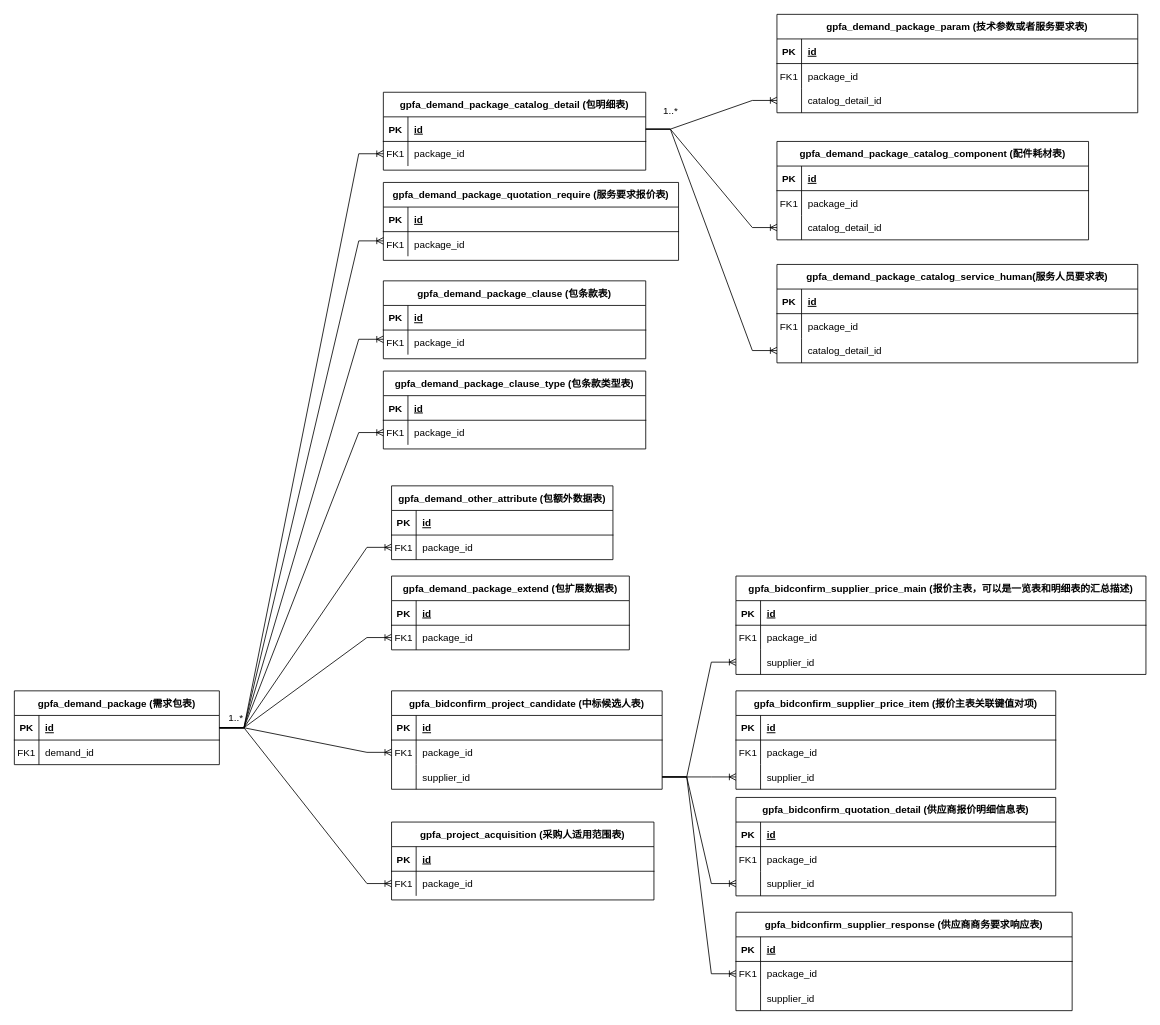
dernight1/draw.io keeps this draw.io diagram as demand_data_hierarchy_copy.drawio. Above is the earlier version. Source tidied: cells renumbered, new cells numbered last; positions are measured from the earlier drawing's top-left corner, leaving out a move shared by most shapes. Both pictures are drawn from the tidied source at 82%, with x=0, y=0 at pixel (14, 14).
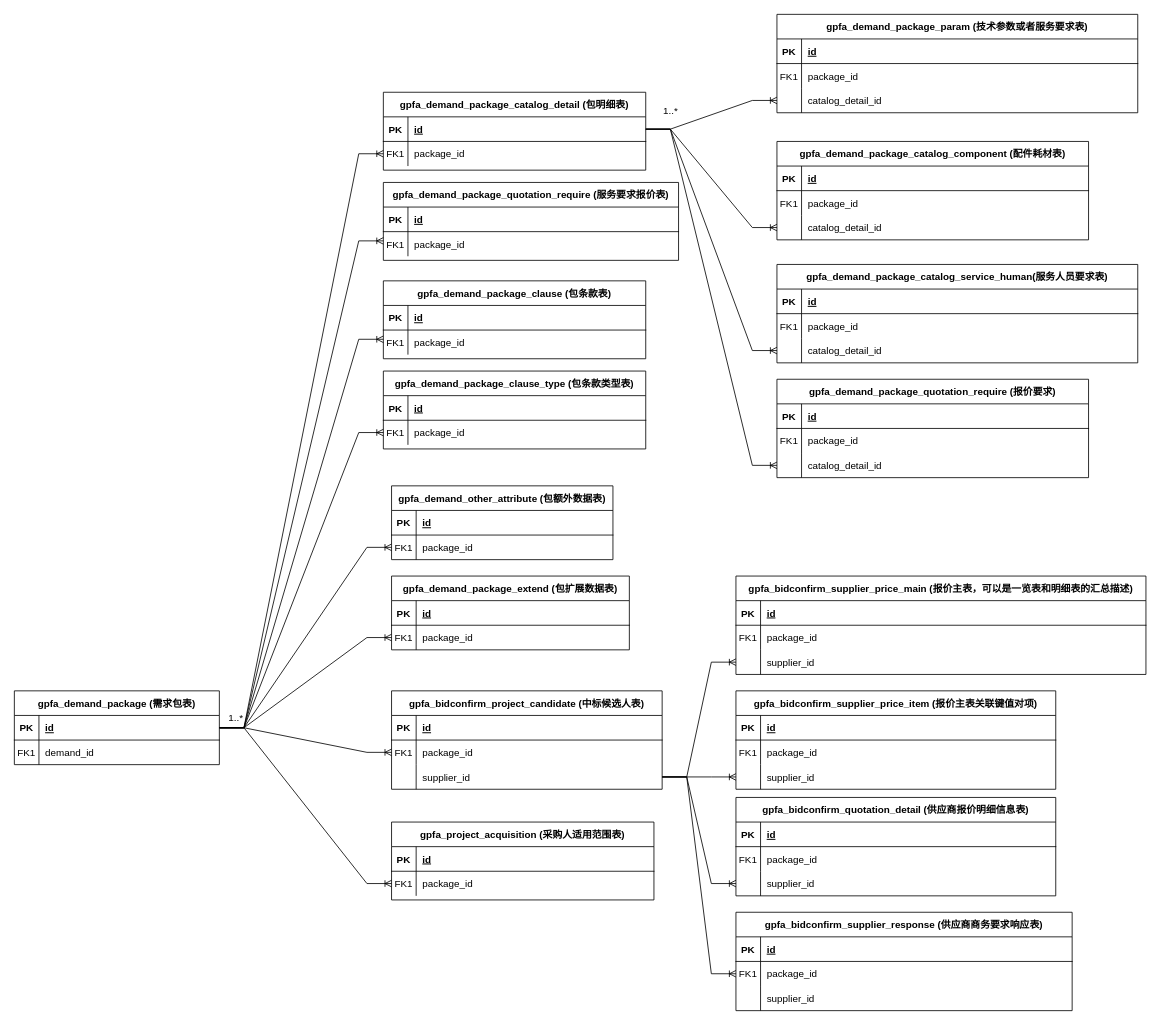
Above is the later version.

Unchanged cells that the change refers to:
```xml
<mxCell id="10" style="shape=partialRectangle;fillColor=none;points=[[0,0.5],[1,0.5]];portConstraint=eastwest;top=0;left=0;right=0;bottom=1;" parent="9" vertex="1">
  <mxGeometry y="30" width="320" height="30" as="geometry" />
</mxCell>
```

What changed in the source:
```diff
@@
+    <mxCell id="155" value="gpfa_demand_package_quotation_require (报价要求)" style="shape=table;startSize=30;childLayout=tableLayout;rowLines=0;fontStyle=1;align=center;" parent="1" vertex="1">
+      <mxGeometry x="930" y="445" width="380" height="120" as="geometry" />
+    </mxCell>
+    <mxCell id="156" style="shape=partialRectangle;fillColor=none;top=0;left=0;right=0;bottom=1;" parent="155" vertex="1">
+      <mxGeometry y="30" width="380" height="30" as="geometry" />
+    </mxCell>
+    <mxCell id="157" value="PK" style="shape=partialRectangle;overflow=hidden;fillColor=none;top=0;left=0;bottom=0;right=0;fontStyle=1;" parent="156" vertex="1">
+      <mxGeometry width="30" height="30" as="geometry" />
+    </mxCell>
+    <mxCell id="158" value="id " style="shape=partialRectangle;overflow=hidden;fillColor=none;top=0;left=0;bottom=0;right=0;align=left;spacingLeft=6;fontStyle=5;" parent="156" vertex="1">
+      <mxGeometry x="30" width="350" height="30" as="geometry" />
+    </mxCell>
+    <mxCell id="159" style="shape=partialRectangle;fillColor=none;top=0;left=0;right=0;bottom=0;" parent="155" vertex="1">
+      <mxGeometry y="60" width="380" height="30" as="geometry" />
+    </mxCell>
+    <mxCell id="160" value="FK1" style="shape=partialRectangle;overflow=hidden;fillColor=none;top=0;left=0;bottom=0;right=0;" parent="159" vertex="1">
+      <mxGeometry width="30" height="30" as="geometry" />
+    </mxCell>
+    <mxCell id="161" value="package_id" style="shape=partialRectangle;overflow=hidden;fillColor=none;top=0;left=0;bottom=0;right=0;align=left;spacingLeft=6;" parent="159" vertex="1">
+      <mxGeometry x="30" width="350" height="30" as="geometry" />
+    </mxCell>
+    <mxCell id="162" style="shape=partialRectangle;fillColor=none;points=[[0,0.5],[1,0.5]];portConstraint=eastwest;top=0;left=0;right=0;bottom=0;" parent="155" vertex="1">
+      <mxGeometry y="90" width="380" height="30" as="geometry" />
+    </mxCell>
+    <mxCell id="163" style="shape=partialRectangle;overflow=hidden;fillColor=none;top=0;left=0;bottom=0;right=0;" parent="162" vertex="1">
+      <mxGeometry width="30" height="30" as="geometry" />
+    </mxCell>
+    <mxCell id="164" value="catalog_detail_id" style="shape=partialRectangle;overflow=hidden;fillColor=none;top=0;left=0;bottom=0;right=0;align=left;spacingLeft=6;" parent="162" vertex="1">
+      <mxGeometry x="30" width="350" height="30" as="geometry" />
+    </mxCell>
+    <mxCell id="165" style="edgeStyle=entityRelationEdgeStyle;fontSize=12;html=1;endArrow=ERoneToMany;rounded=0;entryX=0;entryY=0.5;entryDx=0;entryDy=0;exitX=1;exitY=0.5;exitDx=0;exitDy=0;" parent="1" edge="1" source="10" target="162">
+      <mxGeometry relative="1" as="geometry" />
+    </mxCell>
```
